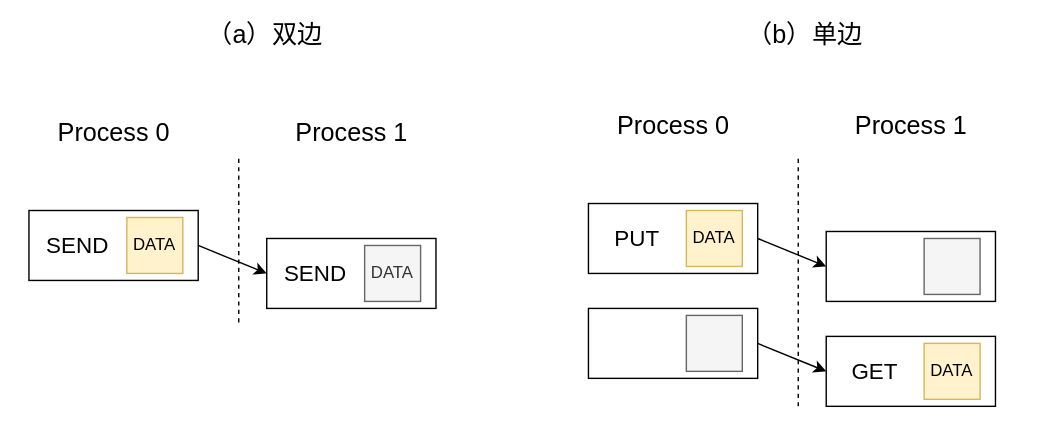
Before: img/ch-mpi/communications.svg, a diagram exported from draw.io (godaai/scale-py-zh). Source tidied: cells renumbered, new cells last; positions are measured from the earlier drawing's top-left corner, leaving out a move shared by most shapes. Source of this version:
```xml
<mxGraphModel>
  <root>
    <mxCell id="0" />
    <mxCell id="1" parent="0" />
    <mxCell id="2" style="rounded=0;whiteSpace=wrap;html=1;" parent="1" vertex="1">
      <mxGeometry x="590" y="240" width="121" height="50" as="geometry" />
    </mxCell>
    <mxCell id="3" style="rounded=0;whiteSpace=wrap;html=1;" parent="1" vertex="1">
      <mxGeometry x="20" y="150" width="121" height="50" as="geometry" />
    </mxCell>
    <mxCell id="4" style="endArrow=none;dashed=1;html=1;rounded=0;" parent="1" edge="1">
      <mxGeometry x="0.8" y="20" relative="1" as="geometry">
        <mxPoint x="170" y="230" as="sourcePoint" />
        <mxPoint x="170" y="110" as="targetPoint" />
      </mxGeometry>
    </mxCell>
    <mxCell id="5" value="Process 0" style="text;html=1;strokeColor=none;fillColor=none;align=center;verticalAlign=middle;whiteSpace=wrap;rounded=0;fontSize=18;" parent="1" vertex="1">
      <mxGeometry x="30.5" y="80" width="100" height="30" as="geometry" />
    </mxCell>
    <mxCell id="6" value="Process 1" style="text;html=1;strokeColor=none;fillColor=none;align=center;verticalAlign=middle;whiteSpace=wrap;rounded=0;fontSize=18;" parent="1" vertex="1">
      <mxGeometry x="200.5" y="80" width="100" height="30" as="geometry" />
    </mxCell>
    <mxCell id="7" value="DATA" style="rounded=0;whiteSpace=wrap;html=1;fillColor=#fff2cc;strokeColor=#d6b656;" parent="1" vertex="1">
      <mxGeometry x="90" y="155" width="40" height="40" as="geometry" />
    </mxCell>
    <mxCell id="8" value="&lt;font style=&quot;font-size: 16px;&quot;&gt;SEND&lt;/font&gt;" style="text;html=1;strokeColor=none;fillColor=none;align=center;verticalAlign=middle;whiteSpace=wrap;rounded=0;" parent="1" vertex="1">
      <mxGeometry x="30" y="160" width="50" height="30" as="geometry" />
    </mxCell>
    <mxCell id="9" style="rounded=0;whiteSpace=wrap;html=1;" parent="1" vertex="1">
      <mxGeometry x="190" y="170" width="121" height="50" as="geometry" />
    </mxCell>
    <mxCell id="10" value="DATA" style="rounded=0;whiteSpace=wrap;html=1;fillColor=#f5f5f5;fontColor=#333333;strokeColor=#666666;" parent="1" vertex="1">
      <mxGeometry x="260" y="175" width="40" height="40" as="geometry" />
    </mxCell>
    <mxCell id="11" value="&lt;font style=&quot;font-size: 16px;&quot;&gt;SEND&lt;/font&gt;" style="text;html=1;strokeColor=none;fillColor=none;align=center;verticalAlign=middle;whiteSpace=wrap;rounded=0;" parent="1" vertex="1">
      <mxGeometry x="200" y="180" width="50" height="30" as="geometry" />
    </mxCell>
    <mxCell id="12" style="endArrow=classic;html=1;rounded=0;fontSize=18;exitX=1;exitY=0.5;exitDx=0;exitDy=0;entryX=0;entryY=0.5;entryDx=0;entryDy=0;" parent="1" edge="1" source="3" target="9">
      <mxGeometry relative="1" as="geometry" />
    </mxCell>
    <mxCell id="13" value="（a）双边" style="text;html=1;strokeColor=none;fillColor=none;align=center;verticalAlign=middle;whiteSpace=wrap;rounded=0;fontSize=18;" parent="1" vertex="1">
      <mxGeometry x="114" y="10" width="150" height="30" as="geometry" />
    </mxCell>
    <mxCell id="14" style="rounded=0;whiteSpace=wrap;html=1;" parent="1" vertex="1">
      <mxGeometry x="420" y="145" width="121" height="50" as="geometry" />
    </mxCell>
    <mxCell id="15" style="endArrow=none;dashed=1;html=1;rounded=0;" parent="1" edge="1">
      <mxGeometry x="0.8" y="20" relative="1" as="geometry">
        <mxPoint x="570" y="290" as="sourcePoint" />
        <mxPoint x="570" y="110" as="targetPoint" />
      </mxGeometry>
    </mxCell>
    <mxCell id="16" value="Process 0" style="text;html=1;strokeColor=none;fillColor=none;align=center;verticalAlign=middle;whiteSpace=wrap;rounded=0;fontSize=18;" parent="1" vertex="1">
      <mxGeometry x="430.5" y="75" width="100" height="30" as="geometry" />
    </mxCell>
    <mxCell id="17" value="Process 1" style="text;html=1;strokeColor=none;fillColor=none;align=center;verticalAlign=middle;whiteSpace=wrap;rounded=0;fontSize=18;" parent="1" vertex="1">
      <mxGeometry x="600.5" y="75" width="100" height="30" as="geometry" />
    </mxCell>
    <mxCell id="18" value="DATA" style="rounded=0;whiteSpace=wrap;html=1;fillColor=#fff2cc;strokeColor=#d6b656;" parent="1" vertex="1">
      <mxGeometry x="490" y="150" width="40" height="40" as="geometry" />
    </mxCell>
    <mxCell id="19" value="&lt;span style=&quot;font-size: 16px;&quot;&gt;PUT&lt;/span&gt;" style="text;html=1;strokeColor=none;fillColor=none;align=center;verticalAlign=middle;whiteSpace=wrap;rounded=0;" parent="1" vertex="1">
      <mxGeometry x="430" y="155" width="50" height="30" as="geometry" />
    </mxCell>
    <mxCell id="20" style="rounded=0;whiteSpace=wrap;html=1;" parent="1" vertex="1">
      <mxGeometry x="590" y="165" width="121" height="50" as="geometry" />
    </mxCell>
    <mxCell id="21" style="rounded=0;whiteSpace=wrap;html=1;fillColor=#f5f5f5;fontColor=#333333;strokeColor=#666666;" parent="1" vertex="1">
      <mxGeometry x="660" y="170" width="40" height="40" as="geometry" />
    </mxCell>
    <mxCell id="22" style="endArrow=classic;html=1;rounded=0;fontSize=18;exitX=1;exitY=0.5;exitDx=0;exitDy=0;entryX=0;entryY=0.5;entryDx=0;entryDy=0;" parent="1" edge="1" source="14" target="20">
      <mxGeometry relative="1" as="geometry" />
    </mxCell>
    <mxCell id="23" value="（b）单边" style="text;html=1;strokeColor=none;fillColor=none;align=center;verticalAlign=middle;whiteSpace=wrap;rounded=0;fontSize=18;" parent="1" vertex="1">
      <mxGeometry x="500" y="10" width="150" height="30" as="geometry" />
    </mxCell>
    <mxCell id="24" style="rounded=0;whiteSpace=wrap;html=1;" parent="1" vertex="1">
      <mxGeometry x="420" y="220" width="121" height="50" as="geometry" />
    </mxCell>
    <mxCell id="25" style="rounded=0;whiteSpace=wrap;html=1;fillColor=#f5f5f5;fontColor=#333333;strokeColor=#666666;" parent="1" vertex="1">
      <mxGeometry x="490" y="225" width="40" height="40" as="geometry" />
    </mxCell>
    <mxCell id="26" value="DATA" style="rounded=0;whiteSpace=wrap;html=1;fillColor=#fff2cc;strokeColor=#d6b656;" parent="1" vertex="1">
      <mxGeometry x="660" y="245" width="40" height="40" as="geometry" />
    </mxCell>
    <mxCell id="27" style="endArrow=classic;html=1;rounded=0;fontSize=18;exitX=1;exitY=0.5;exitDx=0;exitDy=0;entryX=0;entryY=0.5;entryDx=0;entryDy=0;" parent="1" edge="1" source="24">
      <mxGeometry relative="1" as="geometry">
        <mxPoint x="590" y="265" as="targetPoint" />
      </mxGeometry>
    </mxCell>
    <mxCell id="28" value="&lt;span style=&quot;font-size: 16px;&quot;&gt;GET&lt;/span&gt;" style="text;html=1;strokeColor=none;fillColor=none;align=center;verticalAlign=middle;whiteSpace=wrap;rounded=0;" parent="1" vertex="1">
      <mxGeometry x="600" y="250" width="50" height="30" as="geometry" />
    </mxCell>
    <mxCell id="29" style="rounded=0;whiteSpace=wrap;html=1;fontSize=18;fillColor=none;strokeColor=none;" parent="1" vertex="1">
      <mxGeometry width="750" height="310" as="geometry" />
    </mxCell>
  </root>
</mxGraphModel>
```
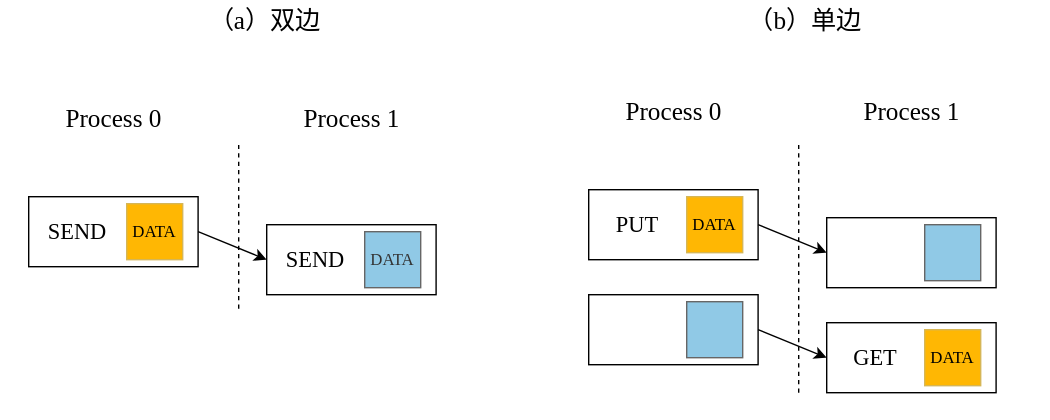
After the commit.

The edit, as a diff of the source:
```diff
@@ -2,97 +2,97 @@
   <root>
     <mxCell id="0" />
     <mxCell id="1" parent="0" />
-    <mxCell id="2" style="rounded=0;whiteSpace=wrap;html=1;" parent="1" vertex="1">
+    <mxCell id="2" style="rounded=0;whiteSpace=wrap;html=1;fontFamily=Times New Roman;" parent="1" vertex="1">
       <mxGeometry x="590" y="240" width="121" height="50" as="geometry" />
     </mxCell>
-    <mxCell id="3" style="rounded=0;whiteSpace=wrap;html=1;" parent="1" vertex="1">
+    <mxCell id="3" style="rounded=0;whiteSpace=wrap;html=1;fontFamily=Times New Roman;" parent="1" vertex="1">
       <mxGeometry x="20" y="150" width="121" height="50" as="geometry" />
     </mxCell>
-    <mxCell id="4" style="endArrow=none;dashed=1;html=1;rounded=0;" parent="1" edge="1">
+    <mxCell id="4" style="endArrow=none;dashed=1;html=1;rounded=0;fontFamily=Times New Roman;" parent="1" edge="1">
       <mxGeometry x="0.8" y="20" relative="1" as="geometry">
         <mxPoint x="170" y="230" as="sourcePoint" />
         <mxPoint x="170" y="110" as="targetPoint" />
       </mxGeometry>
     </mxCell>
-    <mxCell id="5" value="Process 0" style="text;html=1;strokeColor=none;fillColor=none;align=center;verticalAlign=middle;whiteSpace=wrap;rounded=0;fontSize=18;" parent="1" vertex="1">
+    <mxCell id="5" value="Process 0" style="text;html=1;strokeColor=none;fillColor=none;align=center;verticalAlign=middle;whiteSpace=wrap;rounded=0;fontSize=18;fontFamily=Times New Roman;" parent="1" vertex="1">
       <mxGeometry x="30.5" y="80" width="100" height="30" as="geometry" />
     </mxCell>
-    <mxCell id="6" value="Process 1" style="text;html=1;strokeColor=none;fillColor=none;align=center;verticalAlign=middle;whiteSpace=wrap;rounded=0;fontSize=18;" parent="1" vertex="1">
+    <mxCell id="6" value="Process 1" style="text;html=1;strokeColor=none;fillColor=none;align=center;verticalAlign=middle;whiteSpace=wrap;rounded=0;fontSize=18;fontFamily=Times New Roman;" parent="1" vertex="1">
       <mxGeometry x="200.5" y="80" width="100" height="30" as="geometry" />
     </mxCell>
-    <mxCell id="7" value="DATA" style="rounded=0;whiteSpace=wrap;html=1;fillColor=#fff2cc;strokeColor=#d6b656;" parent="1" vertex="1">
+    <mxCell id="7" value="DATA" style="rounded=0;whiteSpace=wrap;html=1;fillColor=#FFB703;strokeColor=#d6b656;fontFamily=Times New Roman;" parent="1" vertex="1">
       <mxGeometry x="90" y="155" width="40" height="40" as="geometry" />
     </mxCell>
-    <mxCell id="8" value="&lt;font style=&quot;font-size: 16px;&quot;&gt;SEND&lt;/font&gt;" style="text;html=1;strokeColor=none;fillColor=none;align=center;verticalAlign=middle;whiteSpace=wrap;rounded=0;" parent="1" vertex="1">
+    <mxCell id="8" value="&lt;font style=&quot;font-size: 16px;&quot;&gt;SEND&lt;/font&gt;" style="text;html=1;strokeColor=none;fillColor=none;align=center;verticalAlign=middle;whiteSpace=wrap;rounded=0;fontFamily=Times New Roman;" parent="1" vertex="1">
       <mxGeometry x="30" y="160" width="50" height="30" as="geometry" />
     </mxCell>
-    <mxCell id="9" style="rounded=0;whiteSpace=wrap;html=1;" parent="1" vertex="1">
+    <mxCell id="9" style="rounded=0;whiteSpace=wrap;html=1;fontFamily=Times New Roman;" parent="1" vertex="1">
       <mxGeometry x="190" y="170" width="121" height="50" as="geometry" />
     </mxCell>
-    <mxCell id="10" value="DATA" style="rounded=0;whiteSpace=wrap;html=1;fillColor=#f5f5f5;fontColor=#333333;strokeColor=#666666;" parent="1" vertex="1">
+    <mxCell id="10" value="DATA" style="rounded=0;whiteSpace=wrap;html=1;fillColor=#90C9E6;fontColor=#333333;strokeColor=#666666;fontFamily=Times New Roman;" parent="1" vertex="1">
       <mxGeometry x="260" y="175" width="40" height="40" as="geometry" />
     </mxCell>
-    <mxCell id="11" value="&lt;font style=&quot;font-size: 16px;&quot;&gt;SEND&lt;/font&gt;" style="text;html=1;strokeColor=none;fillColor=none;align=center;verticalAlign=middle;whiteSpace=wrap;rounded=0;" parent="1" vertex="1">
+    <mxCell id="11" value="&lt;font style=&quot;font-size: 16px;&quot;&gt;SEND&lt;/font&gt;" style="text;html=1;strokeColor=none;fillColor=none;align=center;verticalAlign=middle;whiteSpace=wrap;rounded=0;fontFamily=Times New Roman;" parent="1" vertex="1">
       <mxGeometry x="200" y="180" width="50" height="30" as="geometry" />
     </mxCell>
-    <mxCell id="12" style="endArrow=classic;html=1;rounded=0;fontSize=18;exitX=1;exitY=0.5;exitDx=0;exitDy=0;entryX=0;entryY=0.5;entryDx=0;entryDy=0;" parent="1" edge="1" source="3" target="9">
+    <mxCell id="12" style="endArrow=classic;html=1;rounded=0;fontSize=18;exitX=1;exitY=0.5;exitDx=0;exitDy=0;entryX=0;entryY=0.5;entryDx=0;entryDy=0;fontFamily=Times New Roman;" parent="1" edge="1" source="3" target="9">
       <mxGeometry relative="1" as="geometry" />
     </mxCell>
-    <mxCell id="13" value="（a）双边" style="text;html=1;strokeColor=none;fillColor=none;align=center;verticalAlign=middle;whiteSpace=wrap;rounded=0;fontSize=18;" parent="1" vertex="1">
+    <mxCell id="13" value="（a）双边" style="text;html=1;strokeColor=none;fillColor=none;align=center;verticalAlign=middle;whiteSpace=wrap;rounded=0;fontSize=18;fontFamily=Times New Roman;" parent="1" vertex="1">
       <mxGeometry x="114" y="10" width="150" height="30" as="geometry" />
     </mxCell>
-    <mxCell id="14" style="rounded=0;whiteSpace=wrap;html=1;" parent="1" vertex="1">
+    <mxCell id="14" style="rounded=0;whiteSpace=wrap;html=1;fontFamily=Times New Roman;" parent="1" vertex="1">
       <mxGeometry x="420" y="145" width="121" height="50" as="geometry" />
     </mxCell>
-    <mxCell id="15" style="endArrow=none;dashed=1;html=1;rounded=0;" parent="1" edge="1">
+    <mxCell id="15" style="endArrow=none;dashed=1;html=1;rounded=0;fontFamily=Times New Roman;" parent="1" edge="1">
       <mxGeometry x="0.8" y="20" relative="1" as="geometry">
         <mxPoint x="570" y="290" as="sourcePoint" />
         <mxPoint x="570" y="110" as="targetPoint" />
       </mxGeometry>
     </mxCell>
-    <mxCell id="16" value="Process 0" style="text;html=1;strokeColor=none;fillColor=none;align=center;verticalAlign=middle;whiteSpace=wrap;rounded=0;fontSize=18;" parent="1" vertex="1">
+    <mxCell id="16" value="Process 0" style="text;html=1;strokeColor=none;fillColor=none;align=center;verticalAlign=middle;whiteSpace=wrap;rounded=0;fontSize=18;fontFamily=Times New Roman;" parent="1" vertex="1">
       <mxGeometry x="430.5" y="75" width="100" height="30" as="geometry" />
     </mxCell>
-    <mxCell id="17" value="Process 1" style="text;html=1;strokeColor=none;fillColor=none;align=center;verticalAlign=middle;whiteSpace=wrap;rounded=0;fontSize=18;" parent="1" vertex="1">
+    <mxCell id="17" value="Process 1" style="text;html=1;strokeColor=none;fillColor=none;align=center;verticalAlign=middle;whiteSpace=wrap;rounded=0;fontSize=18;fontFamily=Times New Roman;" parent="1" vertex="1">
       <mxGeometry x="600.5" y="75" width="100" height="30" as="geometry" />
     </mxCell>
-    <mxCell id="18" value="DATA" style="rounded=0;whiteSpace=wrap;html=1;fillColor=#fff2cc;strokeColor=#d6b656;" parent="1" vertex="1">
+    <mxCell id="18" value="DATA" style="rounded=0;whiteSpace=wrap;html=1;fillColor=#FFB703;strokeColor=#d6b656;fontFamily=Times New Roman;" parent="1" vertex="1">
       <mxGeometry x="490" y="150" width="40" height="40" as="geometry" />
     </mxCell>
-    <mxCell id="19" value="&lt;span style=&quot;font-size: 16px;&quot;&gt;PUT&lt;/span&gt;" style="text;html=1;strokeColor=none;fillColor=none;align=center;verticalAlign=middle;whiteSpace=wrap;rounded=0;" parent="1" vertex="1">
+    <mxCell id="19" value="&lt;span style=&quot;font-size: 16px;&quot;&gt;PUT&lt;/span&gt;" style="text;html=1;strokeColor=none;fillColor=none;align=center;verticalAlign=middle;whiteSpace=wrap;rounded=0;fontFamily=Times New Roman;" parent="1" vertex="1">
       <mxGeometry x="430" y="155" width="50" height="30" as="geometry" />
     </mxCell>
-    <mxCell id="20" style="rounded=0;whiteSpace=wrap;html=1;" parent="1" vertex="1">
+    <mxCell id="20" style="rounded=0;whiteSpace=wrap;html=1;fontFamily=Times New Roman;" parent="1" vertex="1">
       <mxGeometry x="590" y="165" width="121" height="50" as="geometry" />
     </mxCell>
-    <mxCell id="21" style="rounded=0;whiteSpace=wrap;html=1;fillColor=#f5f5f5;fontColor=#333333;strokeColor=#666666;" parent="1" vertex="1">
+    <mxCell id="21" style="rounded=0;whiteSpace=wrap;html=1;fillColor=#90C9E6;fontColor=#333333;strokeColor=#666666;fontFamily=Times New Roman;" parent="1" vertex="1">
       <mxGeometry x="660" y="170" width="40" height="40" as="geometry" />
     </mxCell>
-    <mxCell id="22" style="endArrow=classic;html=1;rounded=0;fontSize=18;exitX=1;exitY=0.5;exitDx=0;exitDy=0;entryX=0;entryY=0.5;entryDx=0;entryDy=0;" parent="1" edge="1" source="14" target="20">
+    <mxCell id="22" style="endArrow=classic;html=1;rounded=0;fontSize=18;exitX=1;exitY=0.5;exitDx=0;exitDy=0;entryX=0;entryY=0.5;entryDx=0;entryDy=0;fontFamily=Times New Roman;" parent="1" edge="1" source="14" target="20">
       <mxGeometry relative="1" as="geometry" />
     </mxCell>
-    <mxCell id="23" value="（b）单边" style="text;html=1;strokeColor=none;fillColor=none;align=center;verticalAlign=middle;whiteSpace=wrap;rounded=0;fontSize=18;" parent="1" vertex="1">
+    <mxCell id="23" value="（b）单边" style="text;html=1;strokeColor=none;fillColor=none;align=center;verticalAlign=middle;whiteSpace=wrap;rounded=0;fontSize=18;fontFamily=Times New Roman;" parent="1" vertex="1">
       <mxGeometry x="500" y="10" width="150" height="30" as="geometry" />
     </mxCell>
-    <mxCell id="24" style="rounded=0;whiteSpace=wrap;html=1;" parent="1" vertex="1">
+    <mxCell id="24" style="rounded=0;whiteSpace=wrap;html=1;fontFamily=Times New Roman;" parent="1" vertex="1">
       <mxGeometry x="420" y="220" width="121" height="50" as="geometry" />
     </mxCell>
-    <mxCell id="25" style="rounded=0;whiteSpace=wrap;html=1;fillColor=#f5f5f5;fontColor=#333333;strokeColor=#666666;" parent="1" vertex="1">
+    <mxCell id="25" style="rounded=0;whiteSpace=wrap;html=1;fillColor=#90C9E6;fontColor=#333333;strokeColor=#666666;fontFamily=Times New Roman;" parent="1" vertex="1">
       <mxGeometry x="490" y="225" width="40" height="40" as="geometry" />
     </mxCell>
-    <mxCell id="26" value="DATA" style="rounded=0;whiteSpace=wrap;html=1;fillColor=#fff2cc;strokeColor=#d6b656;" parent="1" vertex="1">
+    <mxCell id="26" value="DATA" style="rounded=0;whiteSpace=wrap;html=1;fillColor=#FFB703;strokeColor=#d6b656;fontFamily=Times New Roman;" parent="1" vertex="1">
       <mxGeometry x="660" y="245" width="40" height="40" as="geometry" />
     </mxCell>
-    <mxCell id="27" style="endArrow=classic;html=1;rounded=0;fontSize=18;exitX=1;exitY=0.5;exitDx=0;exitDy=0;entryX=0;entryY=0.5;entryDx=0;entryDy=0;" parent="1" edge="1" source="24">
+    <mxCell id="27" style="endArrow=classic;html=1;rounded=0;fontSize=18;exitX=1;exitY=0.5;exitDx=0;exitDy=0;entryX=0;entryY=0.5;entryDx=0;entryDy=0;fontFamily=Times New Roman;" parent="1" edge="1" source="24">
       <mxGeometry relative="1" as="geometry">
         <mxPoint x="590" y="265" as="targetPoint" />
       </mxGeometry>
     </mxCell>
-    <mxCell id="28" value="&lt;span style=&quot;font-size: 16px;&quot;&gt;GET&lt;/span&gt;" style="text;html=1;strokeColor=none;fillColor=none;align=center;verticalAlign=middle;whiteSpace=wrap;rounded=0;" parent="1" vertex="1">
+    <mxCell id="28" value="&lt;span style=&quot;font-size: 16px;&quot;&gt;GET&lt;/span&gt;" style="text;html=1;strokeColor=none;fillColor=none;align=center;verticalAlign=middle;whiteSpace=wrap;rounded=0;fontFamily=Times New Roman;" parent="1" vertex="1">
       <mxGeometry x="600" y="250" width="50" height="30" as="geometry" />
     </mxCell>
-    <mxCell id="29" style="rounded=0;whiteSpace=wrap;html=1;fontSize=18;fillColor=none;strokeColor=none;" parent="1" vertex="1">
-      <mxGeometry width="750" height="310" as="geometry" />
+    <mxCell id="29" style="rounded=0;whiteSpace=wrap;html=1;fontSize=18;fillColor=none;strokeColor=none;fontFamily=Times New Roman;" parent="1" vertex="1">
+      <mxGeometry y="50" width="750" height="260" as="geometry" />
     </mxCell>
   </root>
 </mxGraphModel>
```
